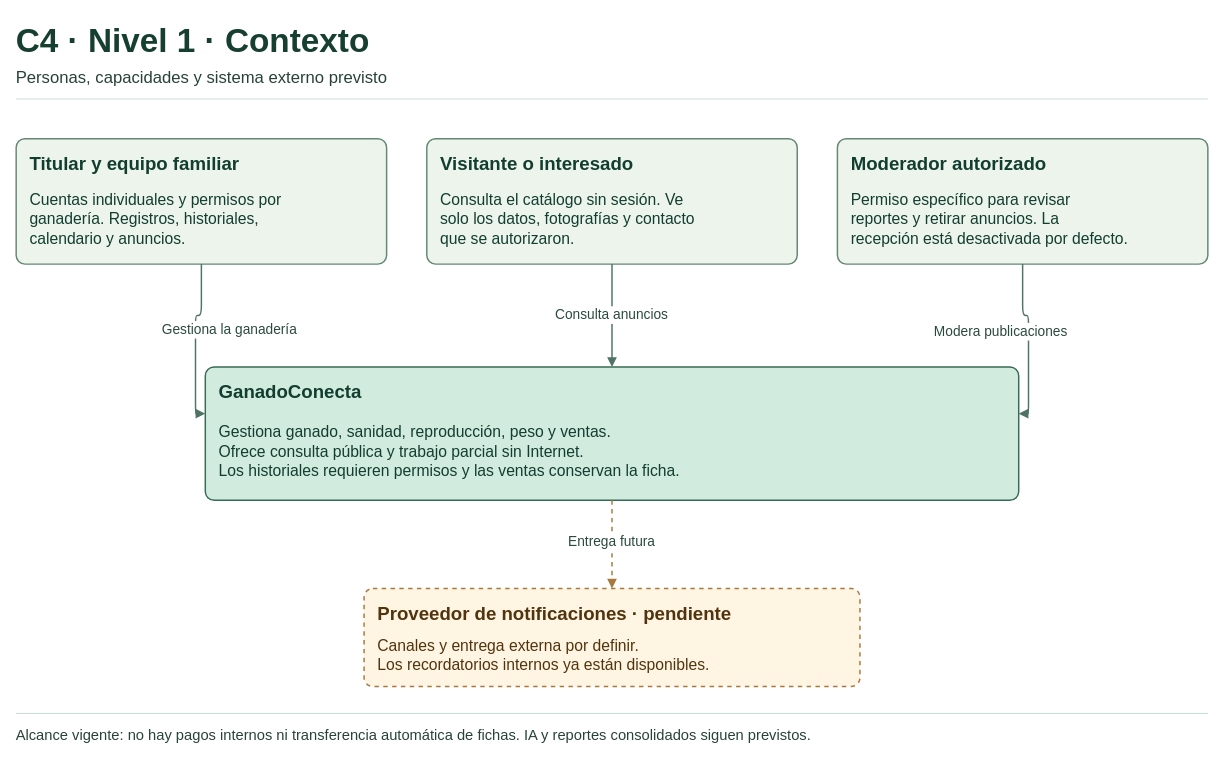
Above: page "C4 · Nivel 1 · Contexto" (1 of 3) of docs/04-modelo-c4/diagramas/ganadoconecta-c4.drawio in edilsonz/GanadoConecta (draw.io), before the change. Source tidied: cells renumbered, new cells numbered last; positions are measured from the earlier drawing's top-left corner, leaving out a move shared by most shapes. Both pictures are drawn from the tidied source at 98%, with x=0, y=0 at pixel (16, 15).
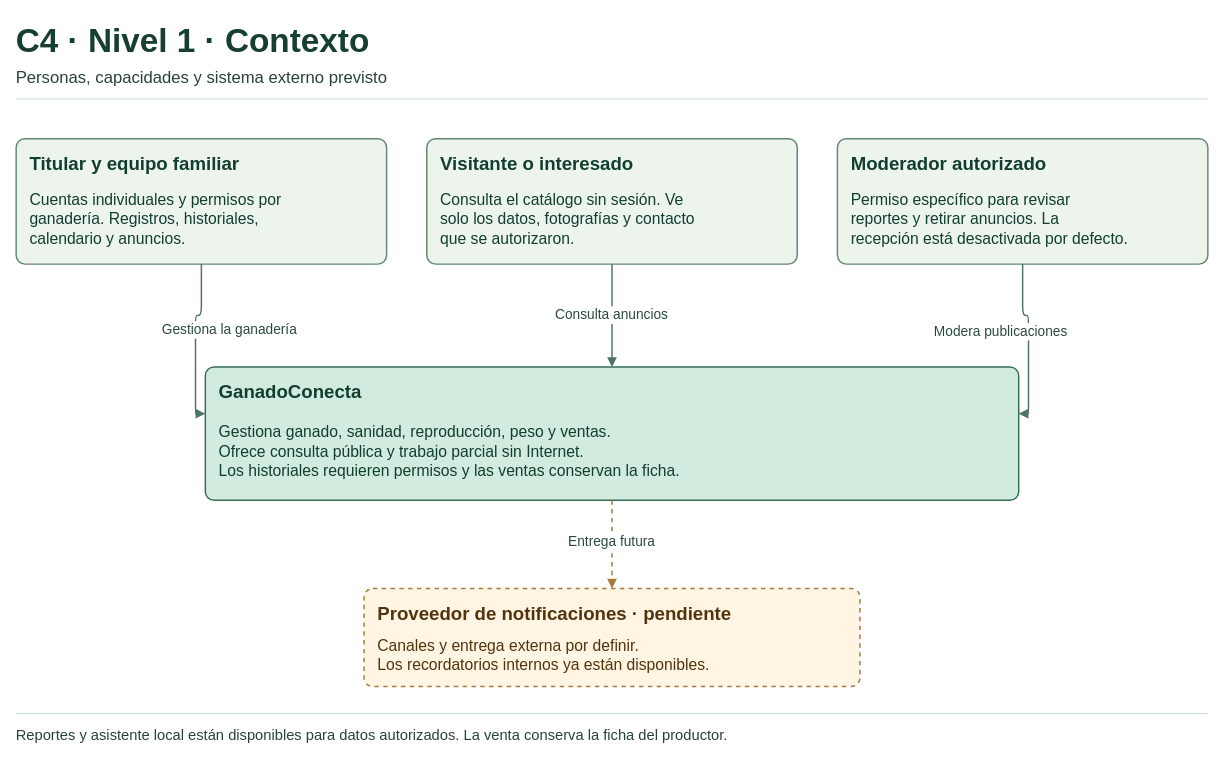
Above is the later version.

What changed in the source:
```diff
@@
-    <mxCell id="34" value="Alcance vigente: no hay pagos internos ni transferencia automática de fichas. IA y reportes consolidados siguen previstos." style="text;html=0;align=left;verticalAlign=middle;whiteSpace=nowrap;rounded=0;fontFamily=Arial;fontSize=15;fontColor=#284239;fontStyle=0;spacing=0;" parent="1" vertex="1">
+    <mxCell id="34" value="Reportes y asistente local están disponibles para datos autorizados. La venta conserva la ficha del productor." style="text;html=0;align=left;verticalAlign=middle;whiteSpace=nowrap;rounded=0;fontFamily=Arial;fontSize=15;fontColor=#284239;fontStyle=0;spacing=0;" parent="1" vertex="1">
       <mxGeometry y="724.5" width="1216" height="19" as="geometry" />
     </mxCell>
```
